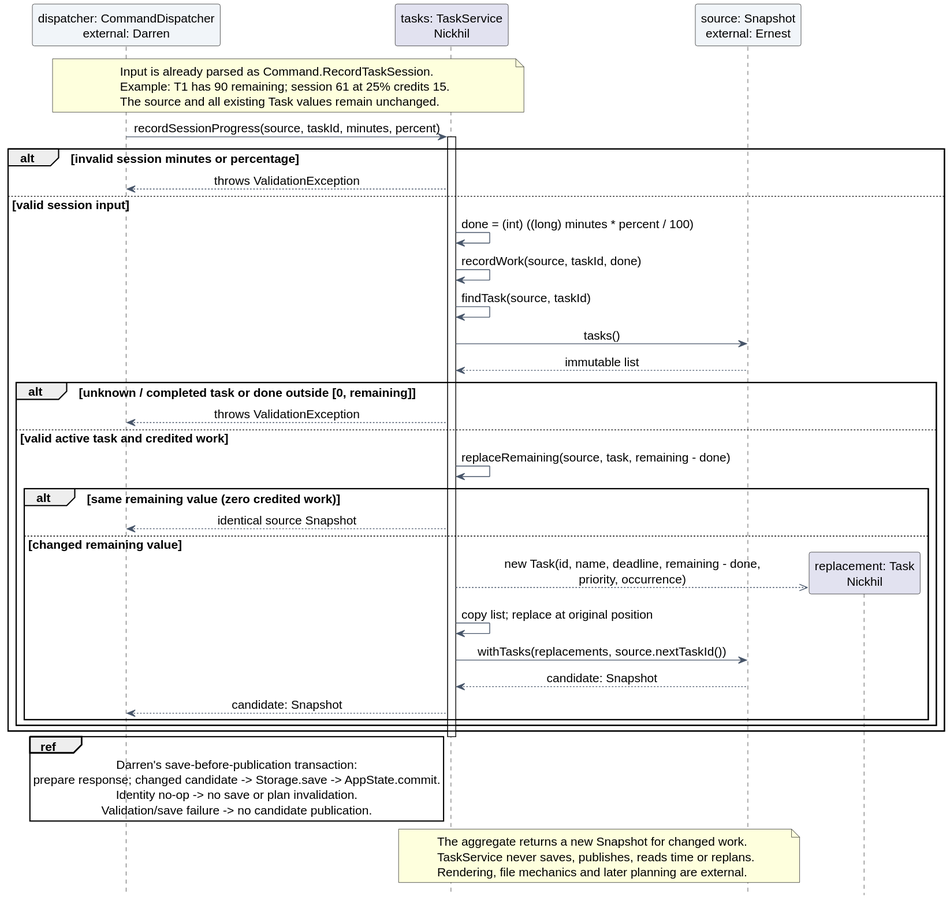
The PlantUML diagram docs/images/nickhil-task-progress.svg in AY2627S1-CS2113-T10-1/tp, before a commit.
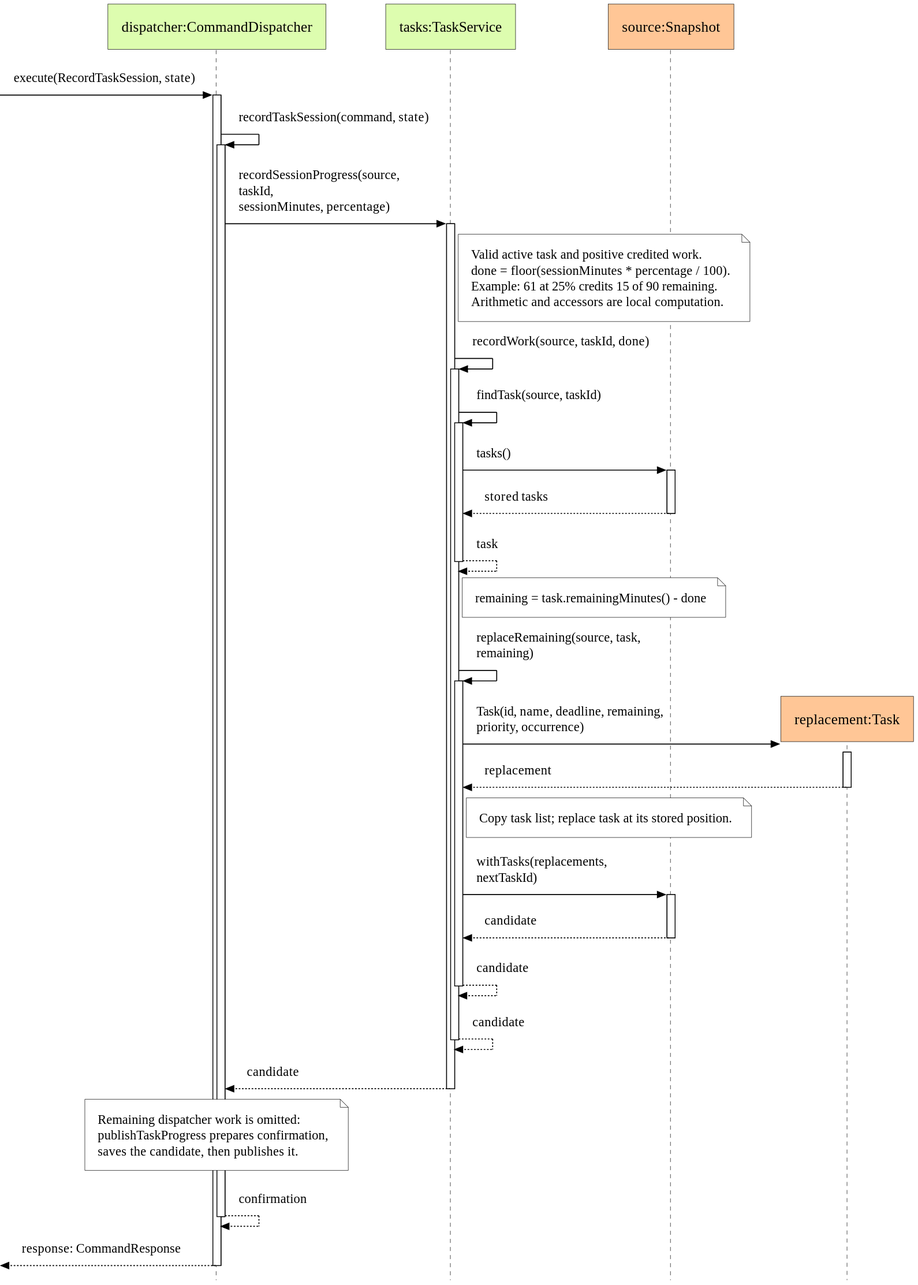
After the commit.

The edit, as a diff of the source:
```diff
@@ -1,58 +1,40 @@
 @startuml
-skinparam backgroundColor white
-skinparam shadowing false
-skinparam defaultFontName SansSerif
-skinparam defaultFontSize 15
-skinparam sequenceMessageAlign center
-skinparam ArrowColor #475569
-hide footbox
+!include course-style.puml
 
-participant "dispatcher: CommandDispatcher\nexternal: Darren" as dispatcher #F1F5F9
-participant "tasks: TaskService\nNickhil" as tasks
-participant "source: Snapshot\nexternal: Ernest" as source #F1F5F9
+participant "dispatcher:CommandDispatcher" as Dispatcher DOMAIN
+participant "tasks:TaskService" as Tasks DOMAIN
+participant "source:Snapshot" as Source VALUES
 
-note over dispatcher, tasks
-  Input is already parsed as Command.RecordTaskSession.
-  Example: T1 has 90 remaining; session 61 at 25% credits 15.
-  The source and all existing Task values remain unchanged.
+[-> Dispatcher ++ : execute(RecordTaskSession, state)
+Dispatcher -> Dispatcher ++ : recordTaskSession(command, state)
+Dispatcher -> Tasks ++ : recordSessionProgress(source, taskId,\nsessionMinutes, percentage)
+note right of Tasks
+  Valid active task and positive credited work.
+  done = floor(sessionMinutes * percentage / 100).
+  Example: 61 at 25% credits 15 of 90 remaining.
+  Arithmetic and accessors are local computation.
 end note
-dispatcher -> tasks : recordSessionProgress(source, taskId, minutes, percent)
-activate tasks
-alt invalid session minutes or percentage
-    tasks --> dispatcher : throws ValidationException
-else valid session input
-    tasks -> tasks : done = (int) ((long) minutes * percent / 100)
-    tasks -> tasks : recordWork(source, taskId, done)
-    tasks -> tasks : findTask(source, taskId)
-    tasks -> source : tasks()
-    source --> tasks : immutable list
-    alt unknown / completed task or done outside [0, remaining]
-        tasks --> dispatcher : throws ValidationException
-    else valid active task and credited work
-        tasks -> tasks : replaceRemaining(source, task, remaining - done)
-        alt same remaining value (zero credited work)
-            tasks --> dispatcher : identical source Snapshot
-        else changed remaining value
-            create participant "replacement: Task\nNickhil" as replacement
-            tasks -->> replacement : new Task(id, name, deadline, remaining - done,\npriority, occurrence)
-            tasks -> tasks : copy list; replace at original position
-            tasks -> source : withTasks(replacements, source.nextTaskId())
-            source --> tasks : candidate: Snapshot
-            tasks --> dispatcher : candidate: Snapshot
-        end
-    end
-end
-deactivate tasks
-
-ref over dispatcher
-  Darren's save-before-publication transaction:
-  prepare response; changed candidate -> Storage.save -> AppState.commit.
-  Identity no-op -> no save or plan invalidation.
-  Validation/save failure -> no candidate publication.
-end ref
-note over tasks, source
-  The aggregate returns a new Snapshot for changed work.
-  TaskService never saves, publishes, reads time or replans.
-  Rendering, file mechanics and later planning are external.
+Tasks -> Tasks ++ : recordWork(source, taskId, done)
+Tasks -> Tasks ++ : findTask(source, taskId)
+Tasks -> Source ++ : tasks()
+Source --> Tasks -- : stored tasks
+Tasks --> Tasks -- : task
+note right of Tasks : remaining = task.remainingMinutes() - done
+Tasks -> Tasks ++ : replaceRemaining(source, task, remaining)
+create participant "replacement:Task" as Replacement VALUES
+Tasks -> Replacement ++ : Task(id, name, deadline, remaining,\npriority, occurrence)
+Replacement --> Tasks -- : replacement
+note right of Tasks : Copy task list; replace task at its stored position.
+Tasks -> Source ++ : withTasks(replacements, nextTaskId)
+Source --> Tasks -- : candidate
+Tasks --> Tasks -- : candidate
+Tasks --> Tasks -- : candidate
+Tasks --> Dispatcher -- : candidate
+note over Dispatcher
+  Remaining dispatcher work is omitted:
+  publishTaskProgress prepares confirmation,
+  saves the candidate, then publishes it.
 end note
+Dispatcher --> Dispatcher -- : confirmation
+[<-- Dispatcher -- : response: CommandResponse
 @enduml
```
